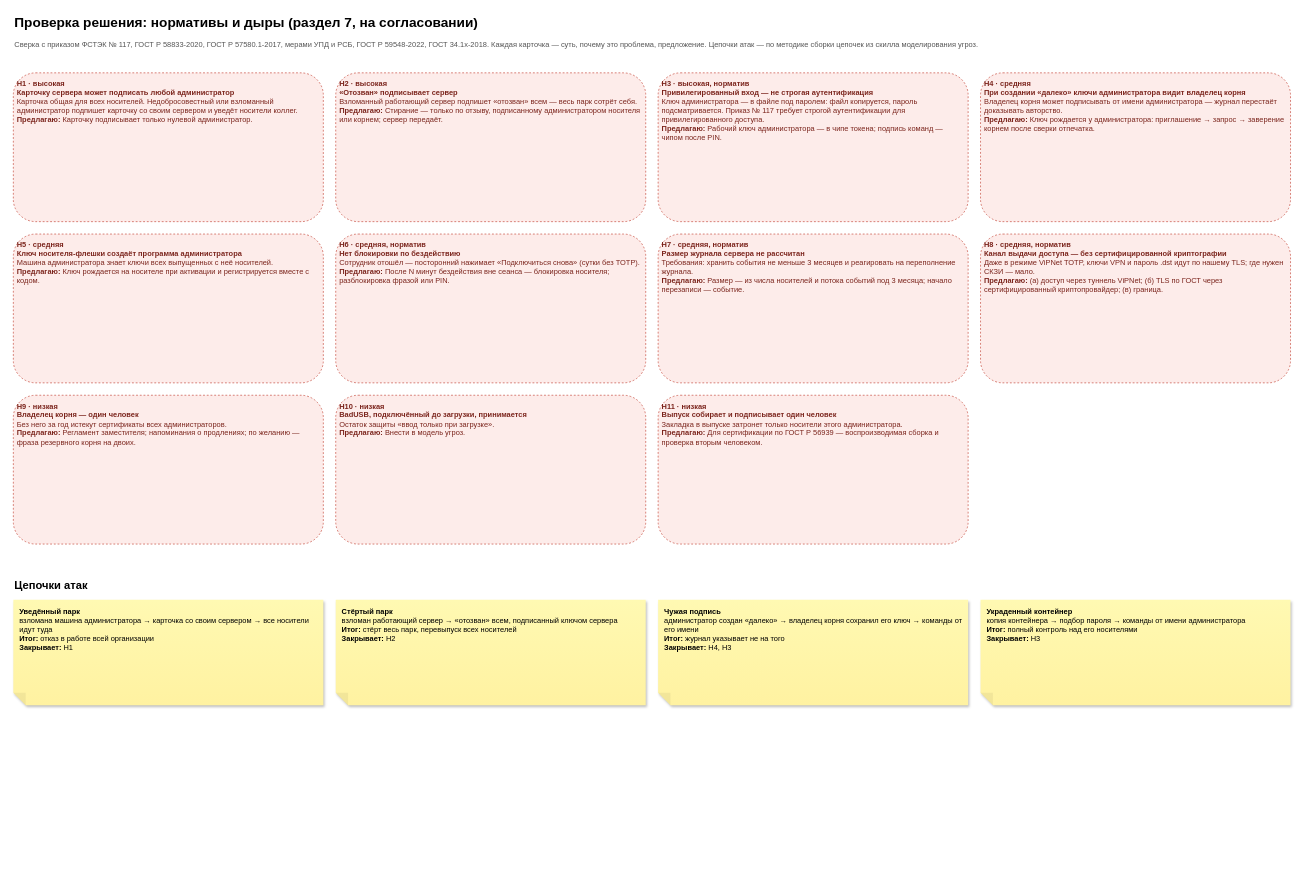
PureshkaM/portable-os-admin keeps this draw.io diagram as page "Проверка (Н1–Н11, И1–И6)" (17 of 17) of docs/SOLUTION.drawio. Above is the earlier version. Source tidied: cells renumbered, new cells numbered last; positions are measured from the earlier drawing's top-left corner, leaving out a move shared by most shapes. Both pictures are drawn from the tidied source at 62%, with x=0, y=0 at pixel (13, 11).
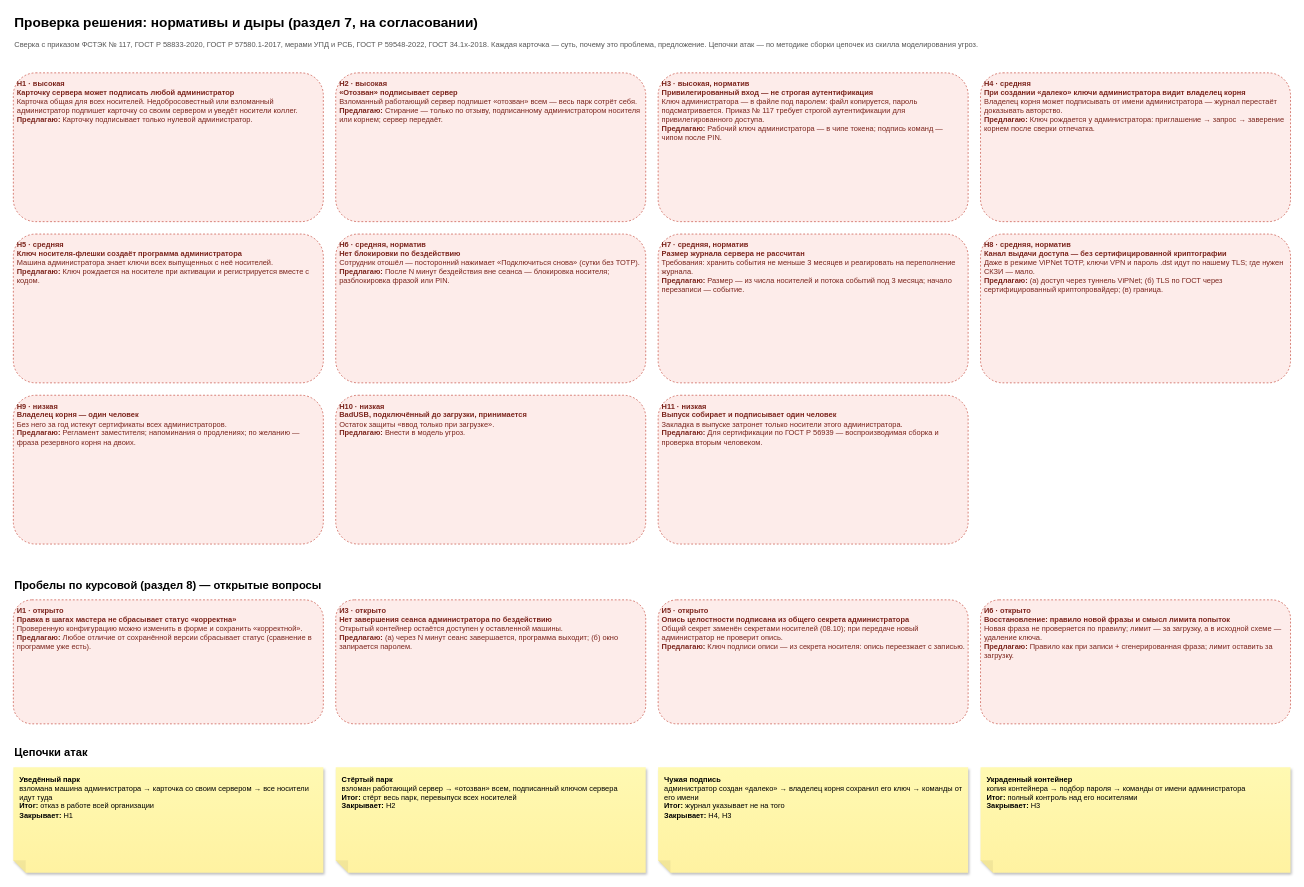
Above is the later version.

Commit message (it also covers changes not shown here):
Целевое решение: пробелы по курсовой сверены с программой (раздел 8)

Change to the diagram source:
```diff
@@
-    <mxCell id="15" value="&lt;b&gt;Цепочки атак&lt;/b&gt;" style="text;html=1;align=left;fontSize=18;" parent="1" vertex="1">
-      <mxGeometry y="910" width="600" height="30" as="geometry" />
+    <mxCell id="15" value="&lt;b&gt;Пробелы по курсовой (раздел 8) — открытые вопросы&lt;/b&gt;" style="text;html=1;align=left;fontSize=18;" parent="1" vertex="1">
+      <mxGeometry y="910" width="1000" height="30" as="geometry" />
     </mxCell>
-    <mxCell id="16" value="&lt;div&gt;&lt;b&gt;Уведённый парк&lt;/b&gt;&lt;/div&gt;&lt;div&gt;взломана машина администратора → карточка со своим сервером → все носители идут туда&lt;/div&gt;&lt;div&gt;&lt;b&gt;Итог:&lt;/b&gt; отказ в работе всей организации&lt;/div&gt;&lt;div&gt;&lt;b&gt;Закрывает:&lt;/b&gt; Н1&lt;/div&gt;" style="shape=note;whiteSpace=wrap;html=1;backgroundOutline=1;fontColor=#000000;darkOpacity=0.05;fillColor=#FFF9B2;strokeColor=none;fillStyle=solid;direction=west;gradientDirection=north;gradientColor=#FFF2A1;shadow=1;size=20;align=left;verticalAlign=top;spacingLeft=8;spacingRight=8;spacingTop=6;fontSize=12;" parent="1" vertex="1">
-      <mxGeometry y="950" width="500" height="170" as="geometry" />
+    <mxCell id="16" value="&lt;div&gt;&lt;b&gt;И1 · открыто&lt;/b&gt;&lt;/div&gt;&lt;div&gt;&lt;b&gt;Правка в шагах мастера не сбрасывает статус «корректна»&lt;/b&gt;&lt;/div&gt;&lt;div&gt;Проверенную конфигурацию можно изменить в форме и сохранить «корректной».&lt;/div&gt;&lt;div&gt;&lt;b&gt;Предлагаю:&lt;/b&gt; Любое отличие от сохранённой версии сбрасывает статус (сравнение в программе уже есть).&lt;/div&gt;" style="rounded=1;whiteSpace=wrap;html=1;align=left;verticalAlign=top;spacing=6;fontSize=12;fillColor=#FDECEA;strokeColor=#C0392B;dashed=1;fontColor=#7B241C;" parent="1" vertex="1">
+      <mxGeometry y="950" width="500" height="200" as="geometry" />
     </mxCell>
-    <mxCell id="17" value="&lt;div&gt;&lt;b&gt;Стёртый парк&lt;/b&gt;&lt;/div&gt;&lt;div&gt;взломан работающий сервер → «отозван» всем, подписанный ключом сервера&lt;/div&gt;&lt;div&gt;&lt;b&gt;Итог:&lt;/b&gt; стёрт весь парк, перевыпуск всех носителей&lt;/div&gt;&lt;div&gt;&lt;b&gt;Закрывает:&lt;/b&gt; Н2&lt;/div&gt;" style="shape=note;whiteSpace=wrap;html=1;backgroundOutline=1;fontColor=#000000;darkOpacity=0.05;fillColor=#FFF9B2;strokeColor=none;fillStyle=solid;direction=west;gradientDirection=north;gradientColor=#FFF2A1;shadow=1;size=20;align=left;verticalAlign=top;spacingLeft=8;spacingRight=8;spacingTop=6;fontSize=12;" parent="1" vertex="1">
-      <mxGeometry x="520" y="950" width="500" height="170" as="geometry" />
+    <mxCell id="17" value="&lt;div&gt;&lt;b&gt;И3 · открыто&lt;/b&gt;&lt;/div&gt;&lt;div&gt;&lt;b&gt;Нет завершения сеанса администратора по бездействию&lt;/b&gt;&lt;/div&gt;&lt;div&gt;Открытый контейнер остаётся доступен у оставленной машины.&lt;/div&gt;&lt;div&gt;&lt;b&gt;Предлагаю:&lt;/b&gt; (а) через N минут сеанс завершается, программа выходит; (б) окно запирается паролем.&lt;/div&gt;" style="rounded=1;whiteSpace=wrap;html=1;align=left;verticalAlign=top;spacing=6;fontSize=12;fillColor=#FDECEA;strokeColor=#C0392B;dashed=1;fontColor=#7B241C;" parent="1" vertex="1">
+      <mxGeometry x="520" y="950" width="500" height="200" as="geometry" />
     </mxCell>
-    <mxCell id="18" value="&lt;div&gt;&lt;b&gt;Чужая подпись&lt;/b&gt;&lt;/div&gt;&lt;div&gt;администратор создан «далеко» → владелец корня сохранил его ключ → команды от его имени&lt;/div&gt;&lt;div&gt;&lt;b&gt;Итог:&lt;/b&gt; журнал указывает не на того&lt;/div&gt;&lt;div&gt;&lt;b&gt;Закрывает:&lt;/b&gt; Н4, Н3&lt;/div&gt;" style="shape=note;whiteSpace=wrap;html=1;backgroundOutline=1;fontColor=#000000;darkOpacity=0.05;fillColor=#FFF9B2;strokeColor=none;fillStyle=solid;direction=west;gradientDirection=north;gradientColor=#FFF2A1;shadow=1;size=20;align=left;verticalAlign=top;spacingLeft=8;spacingRight=8;spacingTop=6;fontSize=12;" parent="1" vertex="1">
-      <mxGeometry x="1040" y="950" width="500" height="170" as="geometry" />
+    <mxCell id="18" value="&lt;div&gt;&lt;b&gt;И5 · открыто&lt;/b&gt;&lt;/div&gt;&lt;div&gt;&lt;b&gt;Опись целостности подписана из общего секрета администратора&lt;/b&gt;&lt;/div&gt;&lt;div&gt;Общий секрет заменён секретами носителей (08.10); при передаче новый администратор не проверит опись.&lt;/div&gt;&lt;div&gt;&lt;b&gt;Предлагаю:&lt;/b&gt; Ключ подписи описи — из секрета носителя: опись переезжает с записью.&lt;/div&gt;" style="rounded=1;whiteSpace=wrap;html=1;align=left;verticalAlign=top;spacing=6;fontSize=12;fillColor=#FDECEA;strokeColor=#C0392B;dashed=1;fontColor=#7B241C;" parent="1" vertex="1">
+      <mxGeometry x="1040" y="950" width="500" height="200" as="geometry" />
     </mxCell>
-    <mxCell id="19" value="&lt;div&gt;&lt;b&gt;Украденный контейнер&lt;/b&gt;&lt;/div&gt;&lt;div&gt;копия контейнера → подбор пароля → команды от имени администратора&lt;/div&gt;&lt;div&gt;&lt;b&gt;Итог:&lt;/b&gt; полный контроль над его носителями&lt;/div&gt;&lt;div&gt;&lt;b&gt;Закрывает:&lt;/b&gt; Н3&lt;/div&gt;" style="shape=note;whiteSpace=wrap;html=1;backgroundOutline=1;fontColor=#000000;darkOpacity=0.05;fillColor=#FFF9B2;strokeColor=none;fillStyle=solid;direction=west;gradientDirection=north;gradientColor=#FFF2A1;shadow=1;size=20;align=left;verticalAlign=top;spacingLeft=8;spacingRight=8;spacingTop=6;fontSize=12;" parent="1" vertex="1">
-      <mxGeometry x="1560" y="950" width="500" height="170" as="geometry" />
+    <mxCell id="19" value="&lt;div&gt;&lt;b&gt;И6 · открыто&lt;/b&gt;&lt;/div&gt;&lt;div&gt;&lt;b&gt;Восстановление: правило новой фразы и смысл лимита попыток&lt;/b&gt;&lt;/div&gt;&lt;div&gt;Новая фраза не проверяется по правилу; лимит — за загрузку, а в исходной схеме — удаление ключа.&lt;/div&gt;&lt;div&gt;&lt;b&gt;Предлагаю:&lt;/b&gt; Правило как при записи + сгенерированная фраза; лимит оставить за загрузку.&lt;/div&gt;" style="rounded=1;whiteSpace=wrap;html=1;align=left;verticalAlign=top;spacing=6;fontSize=12;fillColor=#FDECEA;strokeColor=#C0392B;dashed=1;fontColor=#7B241C;" parent="1" vertex="1">
+      <mxGeometry x="1560" y="950" width="500" height="200" as="geometry" />
     </mxCell>
+    <mxCell id="20" value="&lt;b&gt;Цепочки атак&lt;/b&gt;" style="text;html=1;align=left;fontSize=18;" parent="1" vertex="1">
+      <mxGeometry y="1180" width="600" height="30" as="geometry" />
+    </mxCell>
+    <mxCell id="21" value="&lt;div&gt;&lt;b&gt;Уведённый парк&lt;/b&gt;&lt;/div&gt;&lt;div&gt;взломана машина администратора → карточка со своим сервером → все носители идут туда&lt;/div&gt;&lt;div&gt;&lt;b&gt;Итог:&lt;/b&gt; отказ в работе всей организации&lt;/div&gt;&lt;div&gt;&lt;b&gt;Закрывает:&lt;/b&gt; Н1&lt;/div&gt;" style="shape=note;whiteSpace=wrap;html=1;backgroundOutline=1;fontColor=#000000;darkOpacity=0.05;fillColor=#FFF9B2;strokeColor=none;fillStyle=solid;direction=west;gradientDirection=north;gradientColor=#FFF2A1;shadow=1;size=20;align=left;verticalAlign=top;spacingLeft=8;spacingRight=8;spacingTop=6;fontSize=12;" parent="1" vertex="1">
+      <mxGeometry y="1220" width="500" height="170" as="geometry" />
+    </mxCell>
+    <mxCell id="22" value="&lt;div&gt;&lt;b&gt;Стёртый парк&lt;/b&gt;&lt;/div&gt;&lt;div&gt;взломан работающий сервер → «отозван» всем, подписанный ключом сервера&lt;/div&gt;&lt;div&gt;&lt;b&gt;Итог:&lt;/b&gt; стёрт весь парк, перевыпуск всех носителей&lt;/div&gt;&lt;div&gt;&lt;b&gt;Закрывает:&lt;/b&gt; Н2&lt;/div&gt;" style="shape=note;whiteSpace=wrap;html=1;backgroundOutline=1;fontColor=#000000;darkOpacity=0.05;fillColor=#FFF9B2;strokeColor=none;fillStyle=solid;direction=west;gradientDirection=north;gradientColor=#FFF2A1;shadow=1;size=20;align=left;verticalAlign=top;spacingLeft=8;spacingRight=8;spacingTop=6;fontSize=12;" parent="1" vertex="1">
+      <mxGeometry x="520" y="1220" width="500" height="170" as="geometry" />
+    </mxCell>
+    <mxCell id="23" value="&lt;div&gt;&lt;b&gt;Чужая подпись&lt;/b&gt;&lt;/div&gt;&lt;div&gt;администратор создан «далеко» → владелец корня сохранил его ключ → команды от его имени&lt;/div&gt;&lt;div&gt;&lt;b&gt;Итог:&lt;/b&gt; журнал указывает не на того&lt;/div&gt;&lt;div&gt;&lt;b&gt;Закрывает:&lt;/b&gt; Н4, Н3&lt;/div&gt;" style="shape=note;whiteSpace=wrap;html=1;backgroundOutline=1;fontColor=#000000;darkOpacity=0.05;fillColor=#FFF9B2;strokeColor=none;fillStyle=solid;direction=west;gradientDirection=north;gradientColor=#FFF2A1;shadow=1;size=20;align=left;verticalAlign=top;spacingLeft=8;spacingRight=8;spacingTop=6;fontSize=12;" parent="1" vertex="1">
+      <mxGeometry x="1040" y="1220" width="500" height="170" as="geometry" />
+    </mxCell>
+    <mxCell id="24" value="&lt;div&gt;&lt;b&gt;Украденный контейнер&lt;/b&gt;&lt;/div&gt;&lt;div&gt;копия контейнера → подбор пароля → команды от имени администратора&lt;/div&gt;&lt;div&gt;&lt;b&gt;Итог:&lt;/b&gt; полный контроль над его носителями&lt;/div&gt;&lt;div&gt;&lt;b&gt;Закрывает:&lt;/b&gt; Н3&lt;/div&gt;" style="shape=note;whiteSpace=wrap;html=1;backgroundOutline=1;fontColor=#000000;darkOpacity=0.05;fillColor=#FFF9B2;strokeColor=none;fillStyle=solid;direction=west;gradientDirection=north;gradientColor=#FFF2A1;shadow=1;size=20;align=left;verticalAlign=top;spacingLeft=8;spacingRight=8;spacingTop=6;fontSize=12;" parent="1" vertex="1">
+      <mxGeometry x="1560" y="1220" width="500" height="170" as="geometry" />
+    </mxCell>
```
